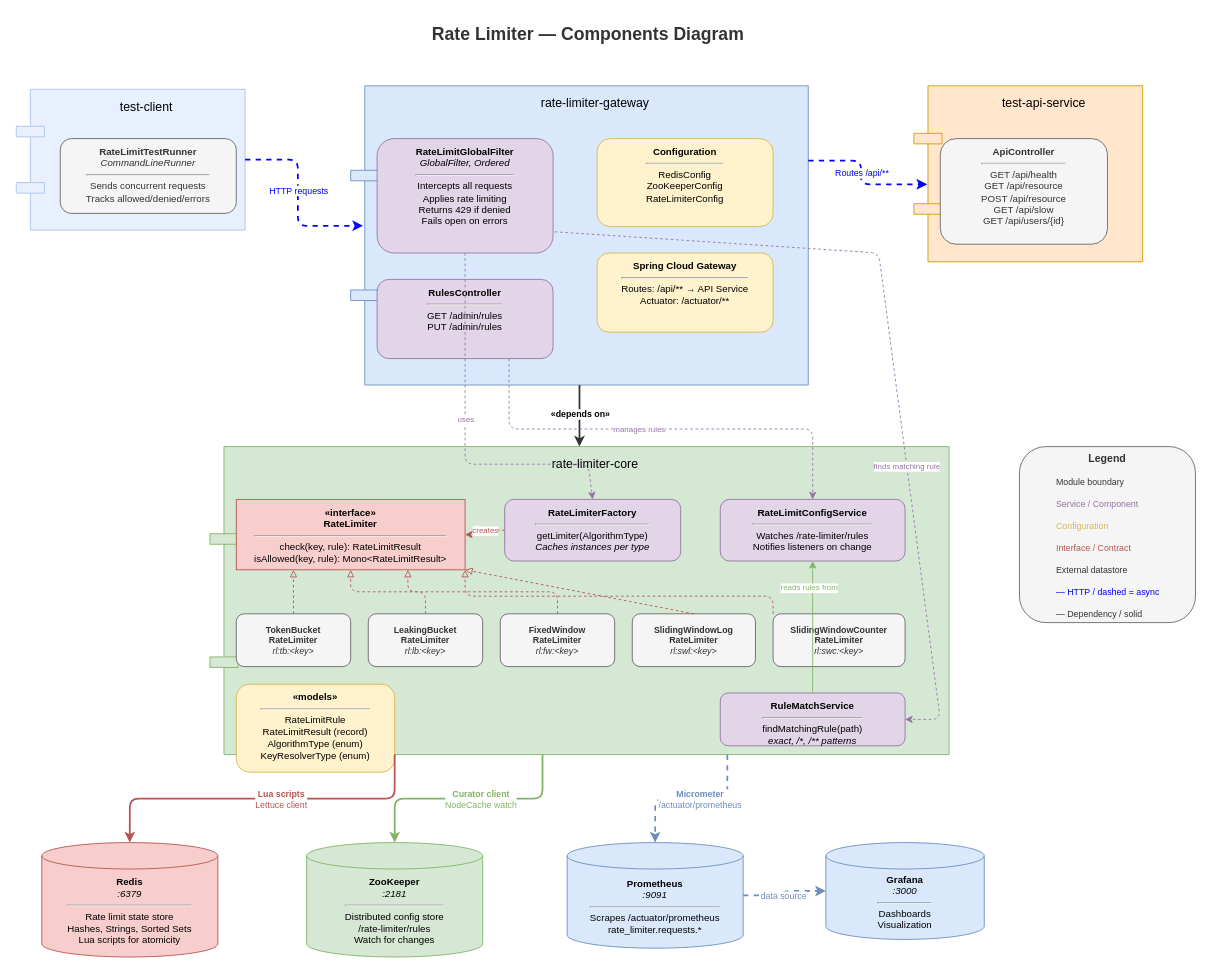
This is components-diagram.drawio from azastashkov/rate-limiter, a draw.io file, before an edit. Source tidied: cells renumbered, new cells numbered last; positions are measured from the earlier drawing's top-left corner, leaving out a move shared by most shapes. Both pictures are drawn from the tidied source at 88%, with x=0, y=0 at pixel (16, 15).
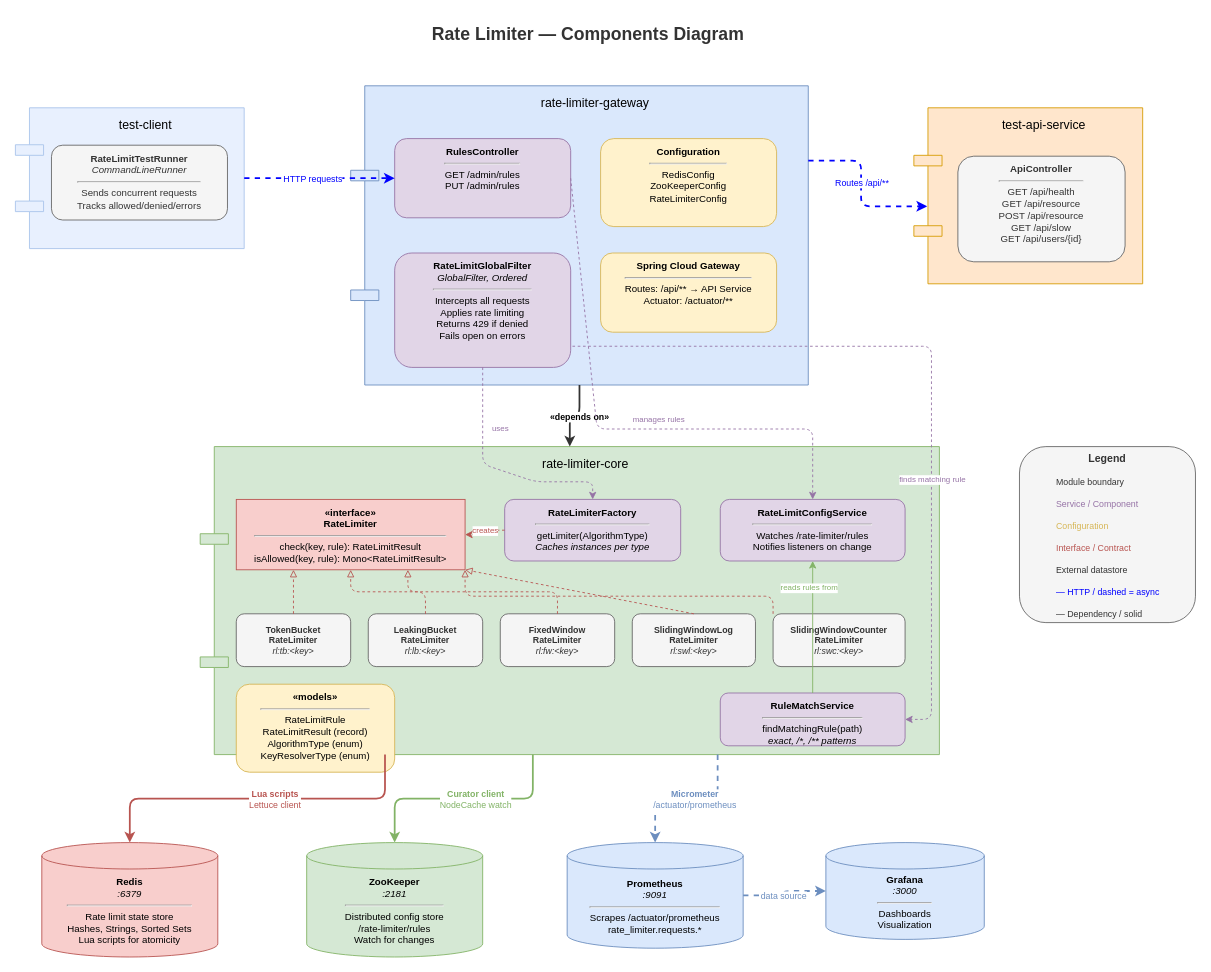
The same page after the edit.

Unchanged cells that the change refers to:
```xml
<mxCell id="2" value="rate-limiter-gateway" style="shape=component;align=center;spacingLeft=36;rounded=1;shadow=0;strokeColor=#6c8ebf;fillColor=#dae8fc;fontSize=14;verticalAlign=top;spacingTop=5;whiteSpace=wrap;" parent="1" vertex="1">
  <mxGeometry x="380" y="80" width="520" height="340" as="geometry" />
</mxCell>
<mxCell id="14" value="&lt;b&gt;RateLimiterFactory&lt;/b&gt;&lt;hr&gt;getLimiter(AlgorithmType)&lt;br&gt;&lt;i&gt;Caches instances per type&lt;/i&gt;" style="rounded=1;whiteSpace=wrap;html=1;fillColor=#e1d5e7;strokeColor=#9673a6;fontSize=11;verticalAlign=top;spacingTop=2;align=center;" parent="1" vertex="1">
  <mxGeometry x="555" y="550" width="200" height="70" as="geometry" />
</mxCell>
<mxCell id="15" value="&lt;b&gt;RateLimitConfigService&lt;/b&gt;&lt;hr&gt;Watches /rate-limiter/rules&lt;br&gt;Notifies listeners on change" style="rounded=1;whiteSpace=wrap;html=1;fillColor=#e1d5e7;strokeColor=#9673a6;fontSize=11;verticalAlign=top;spacingTop=2;align=center;" parent="1" vertex="1">
  <mxGeometry x="800" y="550" width="210" height="70" as="geometry" />
</mxCell>
<mxCell id="16" value="&lt;b&gt;RuleMatchService&lt;/b&gt;&lt;hr&gt;findMatchingRule(path)&lt;br&gt;&lt;i&gt;exact, /*, /** patterns&lt;/i&gt;" style="rounded=1;whiteSpace=wrap;html=1;fillColor=#e1d5e7;strokeColor=#9673a6;fontSize=11;verticalAlign=top;spacingTop=2;align=center;" parent="1" vertex="1">
  <mxGeometry x="800" y="770" width="210" height="60" as="geometry" />
</mxCell>
```

Change to the diagram source:
```diff
@@
     <mxCell id="3" value="&lt;b&gt;RateLimitGlobalFilter&lt;/b&gt;&lt;br&gt;&lt;i&gt;GlobalFilter, Ordered&lt;/i&gt;&lt;br&gt;&lt;hr&gt;Intercepts all requests&lt;br&gt;Applies rate limiting&lt;br&gt;Returns 429 if denied&lt;br&gt;Fails open on errors" style="rounded=1;whiteSpace=wrap;html=1;fillColor=#e1d5e7;strokeColor=#9673a6;fontSize=11;verticalAlign=top;spacingTop=2;align=center;" parent="1" vertex="1">
-      <mxGeometry x="410" y="140" width="200" height="130" as="geometry" />
+      <mxGeometry x="430" y="270" width="200" height="130" as="geometry" />
     </mxCell>
     <mxCell id="4" value="&lt;b&gt;RulesController&lt;/b&gt;&lt;br&gt;&lt;hr&gt;GET /admin/rules&lt;br&gt;PUT /admin/rules" style="rounded=1;whiteSpace=wrap;html=1;fillColor=#e1d5e7;strokeColor=#9673a6;fontSize=11;verticalAlign=top;spacingTop=2;align=center;" parent="1" vertex="1">
-      <mxGeometry x="410" y="300" width="200" height="90" as="geometry" />
+      <mxGeometry x="430" y="140" width="200" height="90" as="geometry" />
     </mxCell>
     <mxCell id="5" value="&lt;b&gt;Configuration&lt;/b&gt;&lt;hr&gt;RedisConfig&lt;br&gt;ZooKeeperConfig&lt;br&gt;RateLimiterConfig" style="rounded=1;whiteSpace=wrap;html=1;fillColor=#fff2cc;strokeColor=#d6b656;fontSize=11;verticalAlign=top;spacingTop=2;align=center;" parent="1" vertex="1">
-      <mxGeometry x="660" y="140" width="200" height="100" as="geometry" />
+      <mxGeometry x="664" y="140" width="200" height="100" as="geometry" />
     </mxCell>
     <mxCell id="6" value="&lt;b&gt;Spring Cloud Gateway&lt;/b&gt;&lt;hr&gt;Routes: /api/** → API Service&lt;br&gt;Actuator: /actuator/**" style="rounded=1;whiteSpace=wrap;html=1;fillColor=#fff2cc;strokeColor=#d6b656;fontSize=11;verticalAlign=top;spacingTop=2;align=center;" parent="1" vertex="1">
-      <mxGeometry x="660" y="270" width="200" height="90" as="geometry" />
+      <mxGeometry x="664" y="270" width="200" height="90" as="geometry" />
     </mxCell>
     <mxCell id="7" value="rate-limiter-core" style="shape=component;align=center;spacingLeft=36;rounded=1;shadow=0;strokeColor=#82b366;fillColor=#d5e8d4;fontSize=14;verticalAlign=top;spacingTop=5;whiteSpace=wrap;" parent="1" vertex="1">
-      <mxGeometry x="220" y="490" width="840" height="350" as="geometry" />
+      <mxGeometry x="209" y="490" width="840" height="350" as="geometry" />
     </mxCell>
@@
     <mxCell id="18" value="test-api-service" style="shape=component;align=center;spacingLeft=36;rounded=1;shadow=0;strokeColor=#d79b00;fillColor=#ffe6cc;fontSize=14;verticalAlign=top;spacingTop=5;whiteSpace=wrap;" parent="1" vertex="1">
-      <mxGeometry x="1020" y="80" width="260" height="200" as="geometry" />
+      <mxGeometry x="1020" y="105" width="260" height="200" as="geometry" />
     </mxCell>
     <mxCell id="19" value="&lt;b&gt;ApiController&lt;/b&gt;&lt;hr&gt;GET /api/health&lt;br&gt;GET /api/resource&lt;br&gt;POST /api/resource&lt;br&gt;GET /api/slow&lt;br&gt;GET /api/users/{id}" style="rounded=1;whiteSpace=wrap;html=1;fillColor=#f5f5f5;strokeColor=#666666;fontSize=11;verticalAlign=top;spacingTop=2;align=center;fontColor=#333333;" parent="1" vertex="1">
-      <mxGeometry x="1050" y="140" width="190" height="120" as="geometry" />
+      <mxGeometry x="1070" y="160" width="190" height="120" as="geometry" />
     </mxCell>
     <mxCell id="20" value="test-client" style="shape=component;align=center;spacingLeft=36;rounded=1;shadow=0;strokeColor=#a9c4eb;fillColor=#e8f0fe;fontSize=14;verticalAlign=top;spacingTop=5;whiteSpace=wrap;" parent="1" vertex="1">
-      <mxGeometry y="84" width="260" height="160" as="geometry" />
+      <mxGeometry x="-1" y="105" width="260" height="160" as="geometry" />
     </mxCell>
     <mxCell id="21" value="&lt;b&gt;RateLimitTestRunner&lt;/b&gt;&lt;br&gt;&lt;i&gt;CommandLineRunner&lt;/i&gt;&lt;hr&gt;Sends concurrent requests&lt;br&gt;Tracks allowed/denied/errors" style="rounded=1;whiteSpace=wrap;html=1;fillColor=#f5f5f5;strokeColor=#666666;fontSize=11;verticalAlign=top;spacingTop=2;align=center;fontColor=#333333;" parent="1" vertex="1">
-      <mxGeometry x="50" y="140" width="200" height="85" as="geometry" />
+      <mxGeometry x="40" y="147.5" width="200" height="85" as="geometry" />
     </mxCell>
@@
-    <mxCell id="26" style="edgeStyle=orthogonalEdgeStyle;rounded=1;jettySize=auto;exitX=1;exitY=0.5;exitDx=0;exitDy=0;entryX=0.027;entryY=0.468;entryDx=0;entryDy=0;strokeColor=#0000FF;strokeWidth=2;dashed=1;entryPerimeter=0;" parent="1" edge="1" source="20" target="2">
+    <mxCell id="26" style="edgeStyle=orthogonalEdgeStyle;rounded=1;jettySize=auto;exitX=1;exitY=0.5;exitDx=0;exitDy=0;entryX=0;entryY=0.5;entryDx=0;entryDy=0;strokeColor=#0000FF;strokeWidth=2;dashed=1;" parent="1" edge="1" source="20" target="4">
       <mxGeometry relative="1" as="geometry" />
     </mxCell>
@@
     <mxCell id="32" style="rounded=1;jettySize=auto;exitX=0.5;exitY=1;exitDx=0;exitDy=0;entryX=0.5;entryY=0;entryDx=0;entryDy=0;strokeColor=#9673a6;strokeWidth=1;dashed=1;" parent="1" edge="1" source="3" target="14">
       <mxGeometry relative="1" as="geometry">
         <Array as="points">
-          <mxPoint x="510" y="510" />
-          <mxPoint x="650" y="510" />
+          <mxPoint x="530" y="510" />
+          <mxPoint x="590" y="530" />
+          <mxPoint x="655" y="530" />
         </Array>
       </mxGeometry>
     </mxCell>
     <mxCell id="33" value="uses" style="edgeLabel;html=1;align=center;verticalAlign=middle;fontSize=9;fontColor=#9673a6;" parent="32" vertex="1">
-      <mxGeometry x="-0.1" relative="1" as="geometry" />
+      <mxGeometry x="-0.1" relative="1" as="geometry">
+        <mxPoint x="14" y="-42" as="offset" />
+      </mxGeometry>
     </mxCell>
     <mxCell id="34" style="rounded=1;jettySize=auto;strokeColor=#9673a6;strokeWidth=1;dashed=1;exitX=1.01;exitY=0.815;exitDx=0;exitDy=0;exitPerimeter=0;" parent="1" edge="1" source="3" target="16">
       <mxGeometry relative="1" as="geometry">
         <Array as="points">
-          <mxPoint x="980" y="270" />
-          <mxPoint x="1050" y="800" />
+          <mxPoint x="1040" y="376" />
+          <mxPoint x="1040" y="800" />
         </Array>
       </mxGeometry>
     </mxCell>
@@
-    <mxCell id="36" style="rounded=1;jettySize=auto;exitX=0.75;exitY=1;exitDx=0;exitDy=0;entryX=0.5;entryY=0;entryDx=0;entryDy=0;strokeColor=#9673a6;strokeWidth=1;dashed=1;" parent="1" edge="1" source="4" target="15">
+    <mxCell id="36" style="rounded=1;jettySize=auto;exitX=1;exitY=0.5;exitDx=0;exitDy=0;entryX=0.5;entryY=0;entryDx=0;entryDy=0;strokeColor=#9673a6;strokeWidth=1;dashed=1;" parent="1" edge="1" source="4" target="15">
       <mxGeometry relative="1" as="geometry">
         <Array as="points">
-          <mxPoint x="560" y="470" />
+          <mxPoint x="660" y="470" />
           <mxPoint x="905" y="470" />
         </Array>
       </mxGeometry>
     </mxCell>
     <mxCell id="37" value="manages rules" style="edgeLabel;html=1;align=center;verticalAlign=middle;fontSize=9;fontColor=#9673a6;" parent="36" vertex="1">
-      <mxGeometry x="-0.1" relative="1" as="geometry" />
+      <mxGeometry x="-0.1" relative="1" as="geometry">
+        <mxPoint x="71" as="offset" />
+      </mxGeometry>
     </mxCell>
```
